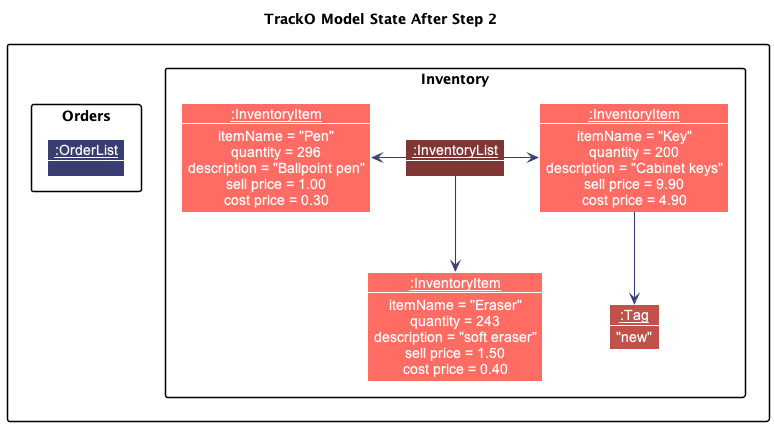
nus-cs2103-AY2223S1/tp keeps this PlantUML diagram as docs/images/developer-guide/AddOrderState1.png. Above is the earlier version. Its diagram source:
```plantuml
@startuml
!include style.puml
skinparam arrowThickness 1.1
skinparam arrowColor ORDER_MODEL_COLOR_T4
skinparam classBackgroundColor ORDER_MODEL_COLOR
skinparam objectBackgroundColor ORDER_MODEL_COLOR
hide empty members

title "TrackO Model State After Step 2"

package {
    package Inventory {
        Object "__:InventoryList__" as InventoryList ITEM_MODEL_COLOR_T4 {
        }

        skinparam objectBackgroundColor ITEM_MODEL_COLOR
        Object "__:InventoryItem__" as Item1 {
            itemName = "Pen"
            quantity = 296
            description = "Ballpoint pen"
            sell price = 1.00
            cost price = 0.30
        }

        Object "__:InventoryItem__" as Item2 {
            itemName = "Eraser"
            quantity = 243
            description = "soft eraser"
            sell price = 1.50
            cost price = 0.40
        }

        Object "__:InventoryItem__" as Item3 {
            itemName = "Key"
            quantity = 200
            description = "Cabinet keys"
            sell price = 9.90
            cost price = 4.90
        }

        Object "__:Tag__" as Tag3 ITEM_MODEL_COLOR_T3 {
            "new"
        }

        InventoryList --left> Item1
        InventoryList --> Item2
        InventoryList --right> Item3
        Item3 --> Tag3
    }

    package Orders {
        Object "__:OrderList__" as OrderList ORDER_MODEL_COLOR_T4 {
        }
    }
}
@enduml
```
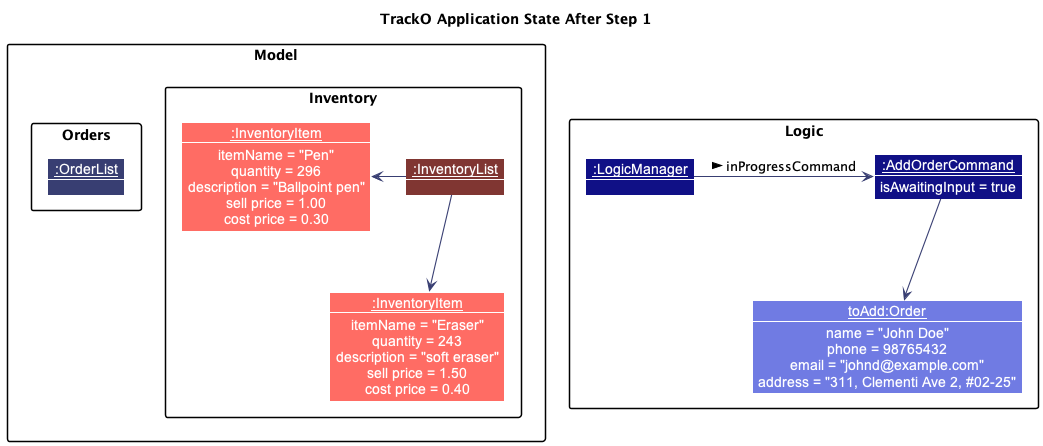
After the commit.

Diff of the diagram source:
```diff
@@ -6,9 +6,9 @@
 skinparam objectBackgroundColor ORDER_MODEL_COLOR
 hide empty members
 
-title "TrackO Model State After Step 2"
+title "TrackO Application State After Step 1"
 
-package {
+package "Model" {
     package Inventory {
         Object "__:InventoryList__" as InventoryList ITEM_MODEL_COLOR_T4 {
         }
@@ -30,22 +30,8 @@
             cost price = 0.40
         }
 
-        Object "__:InventoryItem__" as Item3 {
-            itemName = "Key"
-            quantity = 200
-            description = "Cabinet keys"
-            sell price = 9.90
-            cost price = 4.90
-        }
-
-        Object "__:Tag__" as Tag3 ITEM_MODEL_COLOR_T3 {
-            "new"
-        }
-
         InventoryList --left> Item1
         InventoryList --> Item2
-        InventoryList --right> Item3
-        Item3 --> Tag3
     }
 
     package Orders {
@@ -53,4 +39,27 @@
         }
     }
 }
+
+package Logic {
+Object "__:LogicManager__" as LogicManager LOGIC_COLOR_T4 {
+
+}
+
+Object "__:AddOrderCommand__" as AddOrderCommand LOGIC_COLOR_T4 {
+    isAwaitingInput = true
+}
+
+LogicManager -> AddOrderCommand :inProgressCommand >
+
+Object "__toAdd:Order__" as OrderToAdd ORDER_MODEL_COLOR {
+    name = "John Doe"
+    phone = 98765432
+    email = "johnd@example.com"
+    address = "311, Clementi Ave 2, #02-25"
+}
+
+AddOrderCommand --> OrderToAdd
+}
+
+
 @enduml
```
